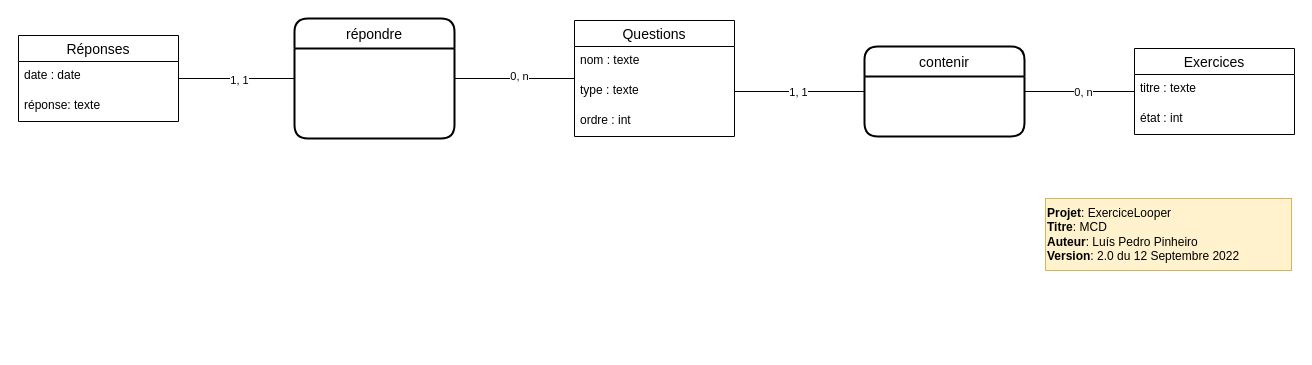
The draw.io diagram conception/MCD.drawio in CPNV-ES/MAW1-LpoVicYan, before the edit. Source tidied: cells renumbered, new cells numbered last; positions are measured from the earlier drawing's top-left corner, leaving out a move shared by most shapes. Both pictures are drawn from the tidied source at 100%, with x=0, y=0 at pixel (18, 18).
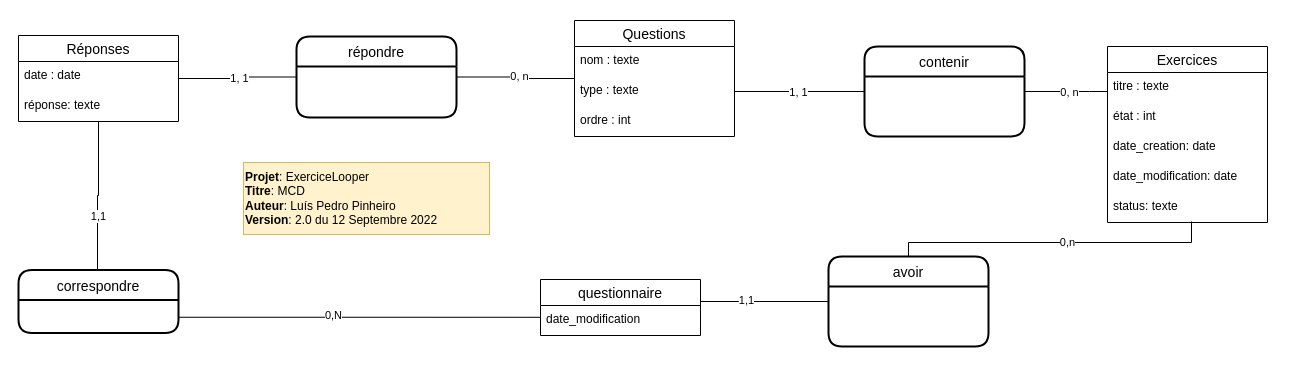
The same diagram, later.

Unchanged cells that the change refers to:
```xml
<mxCell id="13" value="contenir" style="swimlane;horizontal=1;startSize=30;rounded=1;fontSize=14;fontStyle=0;strokeWidth=2;shadow=0;dashed=0;align=center;" parent="1" vertex="1">
  <mxGeometry x="846" y="28" width="160" height="90" as="geometry" />
</mxCell>
```

What changed in the source:
```diff
@@
     <mxCell id="8" style="edgeStyle=orthogonalEdgeStyle;rounded=0;jettySize=auto;html=1;endArrow=none;endFill=0;" parent="1" edge="1" source="10" target="13">
-      <mxGeometry relative="1" as="geometry" />
+      <mxGeometry relative="1" as="geometry">
+        <Array as="points">
+          <mxPoint x="1071" y="73" />
+          <mxPoint x="1071" y="73" />
+        </Array>
+      </mxGeometry>
     </mxCell>
@@
     <mxCell id="10" value="Exercices" style="swimlane;fontStyle=0;horizontal=1;startSize=26;align=center;fontSize=14;" parent="1" vertex="1">
-      <mxGeometry x="1116" y="30" width="160" height="86" as="geometry" />
+      <mxGeometry x="1089" y="28" width="160" height="176" as="geometry" />
     </mxCell>
@@
+    <mxCell id="24" value="date_creation: date" style="text;strokeColor=none;fillColor=none;spacingLeft=4;spacingRight=4;overflow=hidden;fontSize=12;" parent="10" vertex="1">
+      <mxGeometry y="86" width="160" height="30" as="geometry" />
+    </mxCell>
+    <mxCell id="25" value="date_modification: date" style="text;strokeColor=none;fillColor=none;spacingLeft=4;spacingRight=4;overflow=hidden;fontSize=12;" parent="10" vertex="1">
+      <mxGeometry y="116" width="160" height="30" as="geometry" />
+    </mxCell>
+    <mxCell id="26" value="status: texte" style="text;strokeColor=none;fillColor=none;spacingLeft=4;spacingRight=4;overflow=hidden;points=[[0,0.5],[1,0.5]];portConstraint=eastwest;fontSize=12;" parent="10" vertex="1">
+      <mxGeometry y="146" width="160" height="30" as="geometry" />
+    </mxCell>
@@
     <mxCell id="19" value="répondre" style="swimlane;horizontal=1;startSize=30;rounded=1;fontSize=14;fontStyle=0;strokeWidth=2;shadow=0;dashed=0;align=center;" parent="1" vertex="1">
-      <mxGeometry x="276" width="160" height="120" as="geometry" />
+      <mxGeometry x="278" y="18" width="160" height="81" as="geometry" />
     </mxCell>
@@
     <mxCell id="22" style="rounded=0;whiteSpace=wrap;html=1;fillColor=#fff2cc;strokeColor=#d6b656;" parent="1" vertex="1">
-      <mxGeometry x="1027" y="180" width="246" height="72" as="geometry" />
+      <mxGeometry x="225" y="144" width="246" height="72" as="geometry" />
     </mxCell>
     <mxCell id="23" value="&lt;b&gt;Projet&lt;/b&gt;: ExerciceLooper&lt;br&gt;&lt;b&gt;Titre&lt;/b&gt;: MCD&lt;br&gt;&lt;b&gt;Auteur&lt;/b&gt;: Luís Pedro Pinheiro&lt;br&gt;&lt;div style=&quot;&quot;&gt;&lt;span style=&quot;background-color: initial;&quot;&gt;&lt;b&gt;Version&lt;/b&gt;: 2.0 du 12 Septembre 2022&amp;nbsp;&lt;/span&gt;&lt;/div&gt;" style="text;html=1;align=left;verticalAlign=middle;strokeColor=none;fillColor=none;" parent="1" vertex="1">
-      <mxGeometry x="1027" y="180" width="216" height="72" as="geometry" />
+      <mxGeometry x="225" y="144" width="216" height="72" as="geometry" />
     </mxCell>
+    <mxCell id="27" value="questionnaire" style="swimlane;fontStyle=0;horizontal=1;startSize=26;align=center;fontSize=14;" parent="1" vertex="1">
+      <mxGeometry x="522" y="261" width="160" height="56" as="geometry" />
+    </mxCell>
+    <mxCell id="28" value="date_modification" style="text;strokeColor=none;fillColor=none;spacingLeft=4;spacingRight=4;overflow=hidden;fontSize=12;" parent="27" vertex="1">
+      <mxGeometry y="26" width="160" height="30" as="geometry" />
+    </mxCell>
+    <mxCell id="29" style="edgeStyle=orthogonalEdgeStyle;rounded=0;jettySize=auto;html=1;entryX=0.525;entryY=0.967;entryDx=0;entryDy=0;entryPerimeter=0;endArrow=none;endFill=0;" parent="1" edge="1" source="33" target="26">
+      <mxGeometry relative="1" as="geometry">
+        <Array as="points">
+          <mxPoint x="890" y="224" />
+          <mxPoint x="1173" y="224" />
+        </Array>
+      </mxGeometry>
+    </mxCell>
+    <mxCell id="30" value="0,n" style="edgeLabel;html=1;align=center;verticalAlign=middle;" parent="29" vertex="1">
+      <mxGeometry x="0.08" y="1" relative="1" as="geometry" />
+    </mxCell>
+    <mxCell id="31" style="edgeStyle=orthogonalEdgeStyle;rounded=0;jettySize=auto;html=1;exitX=0;exitY=0.5;exitDx=0;exitDy=0;endArrow=none;endFill=0;" parent="1" edge="1" source="33">
+      <mxGeometry relative="1" as="geometry">
+        <mxPoint x="682" y="283" as="targetPoint" />
+        <Array as="points">
+          <mxPoint x="720" y="283" />
+          <mxPoint x="720" y="283" />
+        </Array>
+      </mxGeometry>
+    </mxCell>
+    <mxCell id="32" value="1,1" style="edgeLabel;html=1;align=center;verticalAlign=middle;" parent="31" vertex="1">
+      <mxGeometry x="0.3" y="-2" relative="1" as="geometry" />
+    </mxCell>
+    <mxCell id="33" value="avoir" style="swimlane;horizontal=1;startSize=30;rounded=1;fontSize=14;fontStyle=0;strokeWidth=2;shadow=0;dashed=0;align=center;" parent="1" vertex="1">
+      <mxGeometry x="810" y="238" width="160" height="90" as="geometry" />
+    </mxCell>
+    <mxCell id="34" style="edgeStyle=orthogonalEdgeStyle;rounded=0;orthogonalLoop=1;jettySize=auto;html=1;exitX=0.5;exitY=0;exitDx=0;exitDy=0;endArrow=none;endFill=0;" parent="1" edge="1">
+      <mxGeometry relative="1" as="geometry">
+        <mxPoint x="79" y="251.5" as="sourcePoint" />
+        <mxPoint x="80" y="103" as="targetPoint" />
+        <Array as="points">
+          <mxPoint x="79" y="177" />
+          <mxPoint x="80" y="177" />
+        </Array>
+      </mxGeometry>
+    </mxCell>
+    <mxCell id="35" value="1,1" style="edgeLabel;html=1;align=center;verticalAlign=middle;" parent="34" vertex="1">
+      <mxGeometry x="-0.26" relative="1" as="geometry">
+        <mxPoint y="1" as="offset" />
+      </mxGeometry>
+    </mxCell>
+    <mxCell id="36" value="correspondre" style="swimlane;horizontal=1;startSize=30;rounded=1;fontSize=14;fontStyle=0;strokeWidth=2;shadow=0;dashed=0;align=center;" parent="1" vertex="1">
+      <mxGeometry y="251.5" width="160" height="63" as="geometry" />
+    </mxCell>
+    <mxCell id="37" style="edgeStyle=orthogonalEdgeStyle;rounded=0;jettySize=auto;html=1;exitX=0;exitY=0.5;exitDx=0;exitDy=0;entryX=1;entryY=0.75;entryDx=0;entryDy=0;endArrow=none;endFill=0;" parent="1" edge="1" target="36">
+      <mxGeometry relative="1" as="geometry">
+        <mxPoint x="522" y="296" as="sourcePoint" />
+        <Array as="points">
+          <mxPoint x="522" y="299" />
+        </Array>
+      </mxGeometry>
+    </mxCell>
+    <mxCell id="38" value="0,N" style="edgeLabel;html=1;align=center;verticalAlign=middle;" parent="37" vertex="1">
+      <mxGeometry x="0.15" y="-2" relative="1" as="geometry" />
+    </mxCell>
```
